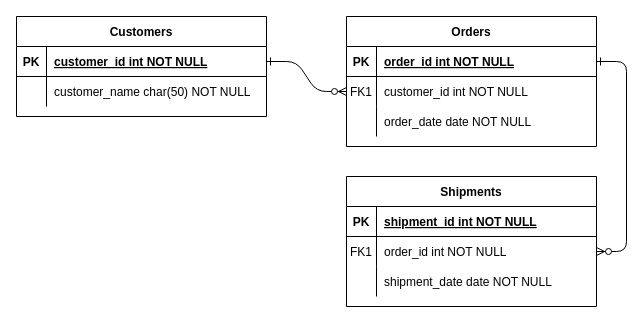
Above: Untitled Diagram.drawio in BandariChetanKumar/DB-Design (draw.io), before the change. Source tidied: cells renumbered, new cells numbered last; positions are measured from the earlier drawing's top-left corner, leaving out a move shared by most shapes. Both pictures are drawn from the tidied source at 100%, with x=0, y=0 at pixel (16, 16).
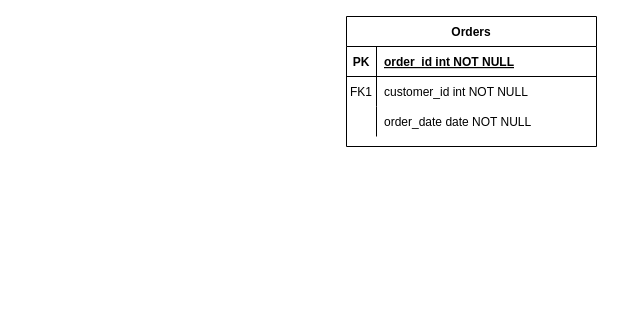
The same page after the edit.

Commit message:
add login table

Unchanged cells that the change refers to:
```xml
<mxCell id="5" style="shape=partialRectangle;fillColor=none;points=[[0,0.5],[1,0.5]];portConstraint=eastwest;top=0;left=0;right=0;bottom=1;" parent="4" vertex="1">
  <mxGeometry y="30" width="250" height="30" as="geometry" />
</mxCell>
<mxCell id="8" style="shape=partialRectangle;fillColor=none;points=[[0,0.5],[1,0.5]];portConstraint=eastwest;top=0;left=0;right=0;bottom=0;" parent="4" vertex="1">
  <mxGeometry y="60" width="250" height="30" as="geometry" />
</mxCell>
```

The edit, as a diff of the source:
```diff
@@
-    <mxCell id="2" style="edgeStyle=entityRelationEdgeStyle;endArrow=ERzeroToMany;startArrow=ERone;endFill=1;startFill=0;" parent="1" edge="1" source="25" target="8">
-      <mxGeometry relative="1" as="geometry" />
-    </mxCell>
-    <mxCell id="3" style="edgeStyle=entityRelationEdgeStyle;endArrow=ERzeroToMany;startArrow=ERone;endFill=1;startFill=0;" parent="1" edge="1" source="5" target="18">
-      <mxGeometry relative="1" as="geometry" />
-    </mxCell>
@@
-    <mxCell id="14" value="Shipments" style="shape=table;startSize=30;childLayout=tableLayout;rowLines=0;fontStyle=1;align=center;" parent="1" vertex="1">
-      <mxGeometry x="330" y="160" width="250" height="130" as="geometry" />
-    </mxCell>
-    <mxCell id="15" style="shape=partialRectangle;fillColor=none;top=0;left=0;right=0;bottom=1;" parent="14" vertex="1">
-      <mxGeometry y="30" width="250" height="30" as="geometry" />
-    </mxCell>
-    <mxCell id="16" value="PK" style="shape=partialRectangle;overflow=hidden;fillColor=none;top=0;left=0;bottom=0;right=0;fontStyle=1;" parent="15" vertex="1">
-      <mxGeometry width="30" height="30" as="geometry" />
-    </mxCell>
-    <mxCell id="17" value="shipment_id int NOT NULL " style="shape=partialRectangle;overflow=hidden;fillColor=none;top=0;left=0;bottom=0;right=0;align=left;spacingLeft=6;fontStyle=5;" parent="15" vertex="1">
-      <mxGeometry x="30" width="220" height="30" as="geometry" />
-    </mxCell>
-    <mxCell id="18" style="shape=partialRectangle;fillColor=none;points=[[0,0.5],[1,0.5]];portConstraint=eastwest;top=0;left=0;right=0;bottom=0;" parent="14" vertex="1">
-      <mxGeometry y="60" width="250" height="30" as="geometry" />
-    </mxCell>
-    <mxCell id="19" value="FK1" style="shape=partialRectangle;overflow=hidden;fillColor=none;top=0;left=0;bottom=0;right=0;" parent="18" vertex="1">
-      <mxGeometry width="30" height="30" as="geometry" />
-    </mxCell>
-    <mxCell id="20" value="order_id int NOT NULL" style="shape=partialRectangle;overflow=hidden;fillColor=none;top=0;left=0;bottom=0;right=0;align=left;spacingLeft=6;" parent="18" vertex="1">
-      <mxGeometry x="30" width="220" height="30" as="geometry" />
-    </mxCell>
-    <mxCell id="21" style="shape=partialRectangle;fillColor=none;top=0;left=0;right=0;bottom=0;" parent="14" vertex="1">
-      <mxGeometry y="90" width="250" height="30" as="geometry" />
-    </mxCell>
-    <mxCell id="22" style="shape=partialRectangle;overflow=hidden;fillColor=none;top=0;left=0;bottom=0;right=0;" parent="21" vertex="1">
-      <mxGeometry width="30" height="30" as="geometry" />
-    </mxCell>
-    <mxCell id="23" value="shipment_date date NOT NULL" style="shape=partialRectangle;overflow=hidden;fillColor=none;top=0;left=0;bottom=0;right=0;align=left;spacingLeft=6;" parent="21" vertex="1">
-      <mxGeometry x="30" width="220" height="30" as="geometry" />
-    </mxCell>
-    <mxCell id="24" value="Customers" style="shape=table;startSize=30;childLayout=tableLayout;rowLines=0;fontStyle=1;align=center;" parent="1" vertex="1">
-      <mxGeometry width="250" height="100" as="geometry" />
-    </mxCell>
-    <mxCell id="25" style="shape=partialRectangle;fillColor=none;points=[[0,0.5],[1,0.5]];portConstraint=eastwest;top=0;left=0;right=0;bottom=1;" parent="24" vertex="1">
-      <mxGeometry y="30" width="250" height="30" as="geometry" />
-    </mxCell>
-    <mxCell id="26" value="PK" style="shape=partialRectangle;overflow=hidden;fillColor=none;top=0;left=0;bottom=0;right=0;fontStyle=1;" parent="25" vertex="1">
-      <mxGeometry width="30" height="30" as="geometry" />
-    </mxCell>
-    <mxCell id="27" value="customer_id int NOT NULL " style="shape=partialRectangle;overflow=hidden;fillColor=none;top=0;left=0;bottom=0;right=0;align=left;spacingLeft=6;fontStyle=5;" parent="25" vertex="1">
-      <mxGeometry x="30" width="220" height="30" as="geometry" />
-    </mxCell>
-    <mxCell id="28" style="shape=partialRectangle;fillColor=none;top=0;left=0;right=0;bottom=0;" parent="24" vertex="1">
-      <mxGeometry y="60" width="250" height="30" as="geometry" />
-    </mxCell>
-    <mxCell id="29" style="shape=partialRectangle;overflow=hidden;fillColor=none;top=0;left=0;bottom=0;right=0;" parent="28" vertex="1">
-      <mxGeometry width="30" height="30" as="geometry" />
-    </mxCell>
-    <mxCell id="30" value="customer_name char(50) NOT NULL" style="shape=partialRectangle;overflow=hidden;fillColor=none;top=0;left=0;bottom=0;right=0;align=left;spacingLeft=6;" parent="28" vertex="1">
-      <mxGeometry x="30" width="220" height="30" as="geometry" />
-    </mxCell>
```
